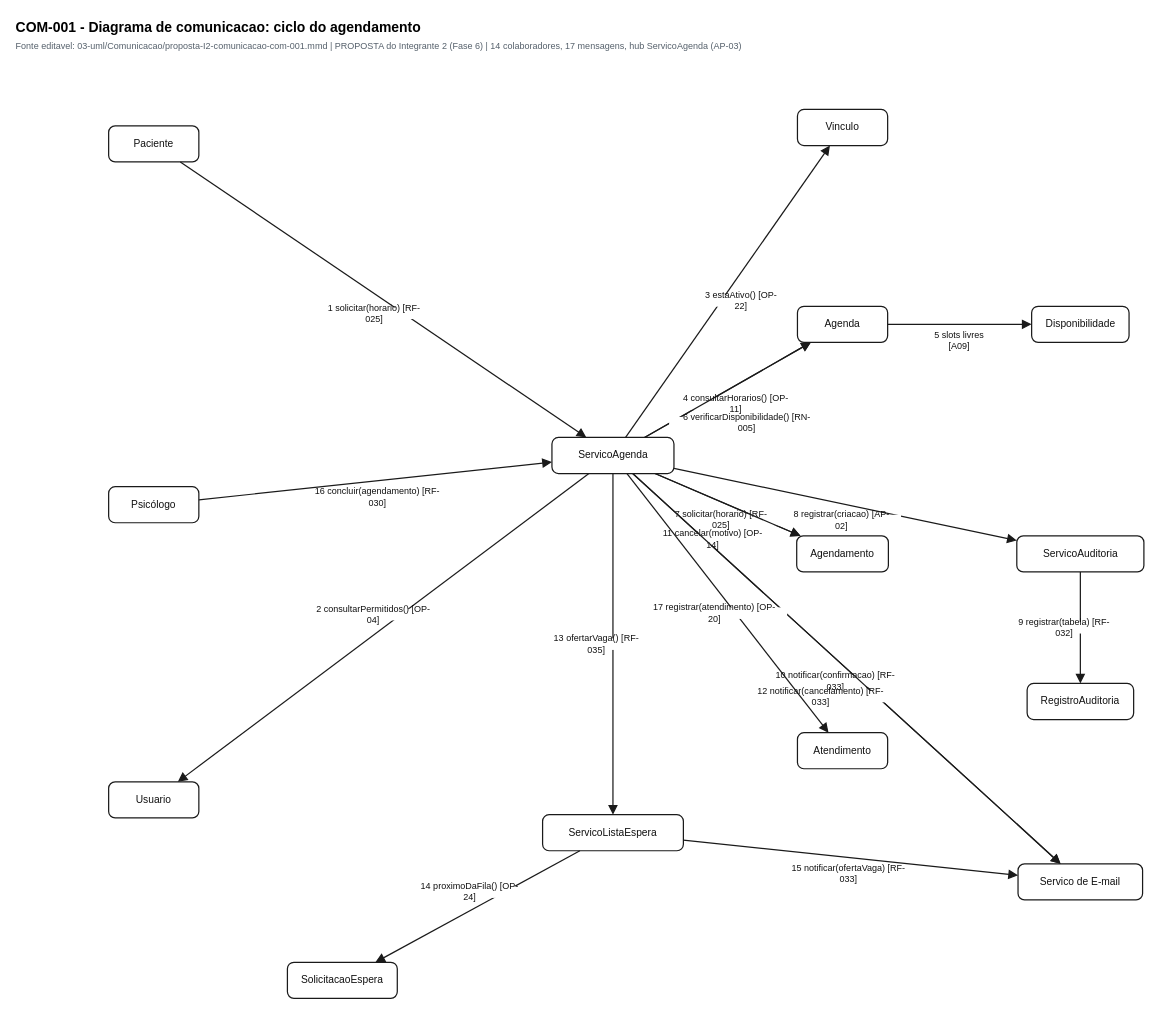
taiyo4/MOO-AV3 keeps this draw.io diagram as 03-uml/Comunicação/proposta-I2-comunicacao-com-001.drawio.xml. Above is the earlier version. Source tidied: cells renumbered, new cells numbered last; positions are measured from the earlier drawing's top-left corner, leaving out a move shared by most shapes. Both pictures are drawn from the tidied source at 82%, with x=0, y=0 at pixel (14, 14).
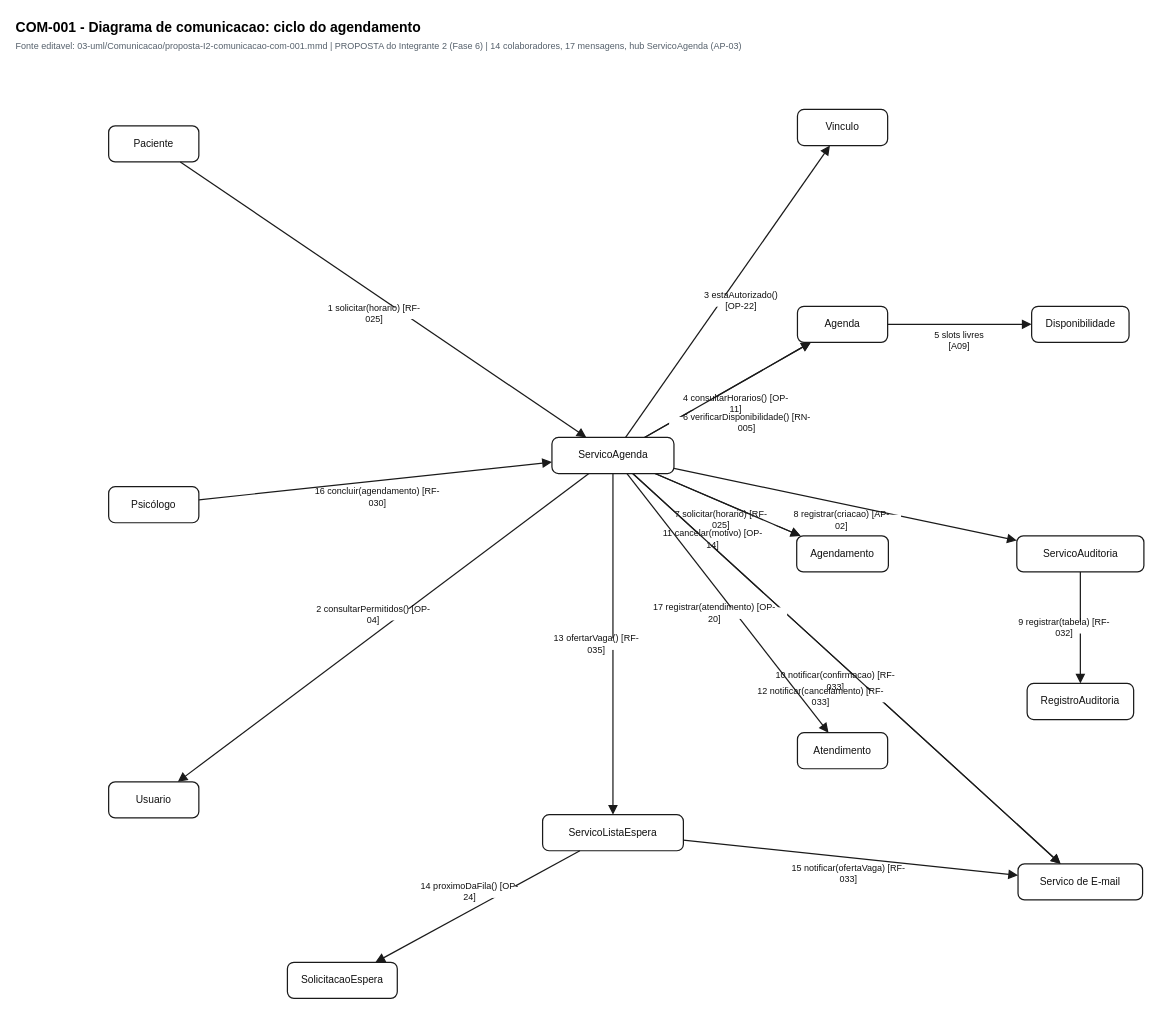
The same diagram, later.

The edit, as a diff of the source:
```diff
@@
-    <mxCell id="40" value="3 estaAtivo() [OP-22]" style="text;html=1;whiteSpace=wrap;align=center;verticalAlign=middle;strokeColor=none;fillColor=none;fontSize=11;fontColor=#111111;" parent="1" vertex="1">
+    <mxCell id="40" value="3 estaAutorizado() [OP-22]" style="text;html=1;whiteSpace=wrap;align=center;verticalAlign=middle;strokeColor=none;fillColor=none;fontSize=11;fontColor=#111111;" parent="1" vertex="1">
       <mxGeometry x="835" y="342.4" width="102.7" height="14.1" as="geometry" />
     </mxCell>
```
